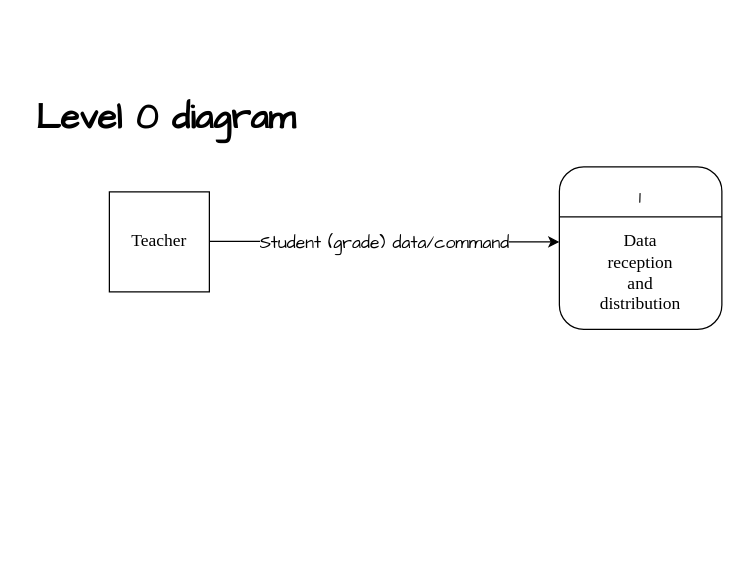
This is diagrams/DFD/Level 0 diagram.drawio from brokencuph/study-to-think, a draw.io file, before an edit. Source tidied: cells renumbered, new cells numbered last; positions are measured from the earlier drawing's top-left corner, leaving out a move shared by most shapes. Both pictures are drawn from the tidied source at 125%, with x=0, y=0 at pixel (21, 79).
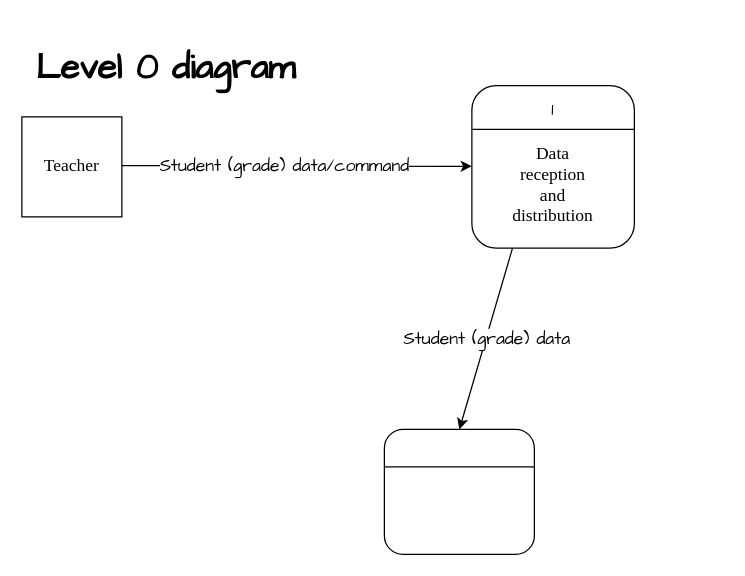
The same diagram, later.

The edit, as a diff of the source:
```diff
@@
     <mxCell id="2" value="&lt;font face=&quot;Times New Roman&quot; style=&quot;font-size: 14px&quot;&gt;Teacher&lt;/font&gt;" style="whiteSpace=wrap;html=1;" parent="1" vertex="1">
-      <mxGeometry x="70" y="90" width="80" height="80" as="geometry" />
+      <mxGeometry y="30" width="80" height="80" as="geometry" />
     </mxCell>
     <mxCell id="3" value="&lt;h1&gt;&lt;font face=&quot;Comic Sans MS&quot;&gt;Level 0 diagram&lt;/font&gt;&lt;/h1&gt;" style="text;html=1;align=center;verticalAlign=middle;strokeColor=none;fillColor=none;fontSize=14;fontFamily=Times New Roman;" parent="1" vertex="1">
-      <mxGeometry width="230" height="60" as="geometry" />
+      <mxGeometry y="-40" width="230" height="60" as="geometry" />
     </mxCell>
     <mxCell id="4" style="endArrow=classic;html=1;rounded=0;fontFamily=Comic Sans MS;fontSize=14;" parent="1" edge="1">
       <mxGeometry relative="1" as="geometry">
-        <mxPoint x="150" y="129.5" as="sourcePoint" />
-        <mxPoint x="430" y="130" as="targetPoint" />
+        <mxPoint x="80" y="69" as="sourcePoint" />
+        <mxPoint x="360" y="69.5" as="targetPoint" />
         <Array as="points">
-          <mxPoint x="200" y="129.5" />
-          <mxPoint x="230" y="130" />
+          <mxPoint x="130" y="69" />
+          <mxPoint x="160" y="69.5" />
         </Array>
       </mxGeometry>
     </mxCell>
     <mxCell id="5" value="Student (grade) data/command" style="edgeLabel;html=1;align=center;verticalAlign=middle;fontFamily=Comic Sans MS;fontSize=14;" parent="4" vertex="1">
-      <mxGeometry relative="1" as="geometry" />
+      <mxGeometry relative="1" as="geometry">
+        <mxPoint x="-10" as="offset" />
+      </mxGeometry>
     </mxCell>
     <mxCell id="6" style="rounded=1;whiteSpace=wrap;html=1;fontFamily=Comic Sans MS;fontSize=14;" parent="1" vertex="1">
-      <mxGeometry x="430" y="70" width="130" height="130" as="geometry" />
+      <mxGeometry x="360" y="5" width="130" height="130" as="geometry" />
     </mxCell>
     <mxCell id="7" style="endArrow=none;html=1;rounded=0;fontFamily=Comic Sans MS;fontSize=14;" parent="1" edge="1">
       <mxGeometry relative="1" as="geometry">
-        <mxPoint x="430" y="110" as="sourcePoint" />
-        <mxPoint x="560" y="110" as="targetPoint" />
+        <mxPoint x="360" y="40" as="sourcePoint" />
+        <mxPoint x="490" y="40" as="targetPoint" />
       </mxGeometry>
     </mxCell>
     <mxCell id="8" value="1" style="text;html=1;strokeColor=none;fillColor=none;align=center;verticalAlign=middle;whiteSpace=wrap;rounded=0;fontFamily=Comic Sans MS;fontSize=14;" parent="1" vertex="1">
-      <mxGeometry x="465" y="80" width="60" height="30" as="geometry" />
+      <mxGeometry x="395" y="10" width="60" height="30" as="geometry" />
     </mxCell>
     <mxCell id="9" value="&lt;font face=&quot;Times New Roman&quot;&gt;Data reception and distribution&lt;/font&gt;" style="text;html=1;strokeColor=none;fillColor=none;align=center;verticalAlign=middle;whiteSpace=wrap;rounded=0;fontFamily=Comic Sans MS;fontSize=14;" parent="1" vertex="1">
-      <mxGeometry x="465" y="140" width="60" height="30" as="geometry" />
+      <mxGeometry x="395" y="70" width="60" height="30" as="geometry" />
     </mxCell>
+    <mxCell id="10" style="endArrow=classic;html=1;rounded=0;fontFamily=Times New Roman;fontSize=14;exitX=0.25;exitY=1;exitDx=0;exitDy=0;" parent="1" edge="1" source="6">
+      <mxGeometry relative="1" as="geometry">
+        <mxPoint x="350" y="280" as="targetPoint" />
+      </mxGeometry>
+    </mxCell>
+    <mxCell id="11" value="&lt;font face=&quot;Comic Sans MS&quot;&gt;Student (grade) data&lt;/font&gt;" style="edgeLabel;html=1;align=center;verticalAlign=middle;fontFamily=Times New Roman;fontSize=14;" parent="10" vertex="1">
+      <mxGeometry relative="1" as="geometry" />
+    </mxCell>
+    <mxCell id="12" style="rounded=1;whiteSpace=wrap;html=1;fontFamily=Comic Sans MS;fontSize=14;" parent="1" vertex="1">
+      <mxGeometry x="290" y="280" width="120" height="100" as="geometry" />
+    </mxCell>
+    <mxCell id="13" style="endArrow=none;html=1;rounded=0;fontFamily=Comic Sans MS;fontSize=14;" parent="1" edge="1">
+      <mxGeometry relative="1" as="geometry">
+        <mxPoint x="290" y="310" as="sourcePoint" />
+        <mxPoint x="410" y="310" as="targetPoint" />
+        <Array as="points">
+          <mxPoint x="310" y="310" />
+        </Array>
+      </mxGeometry>
+    </mxCell>
```
